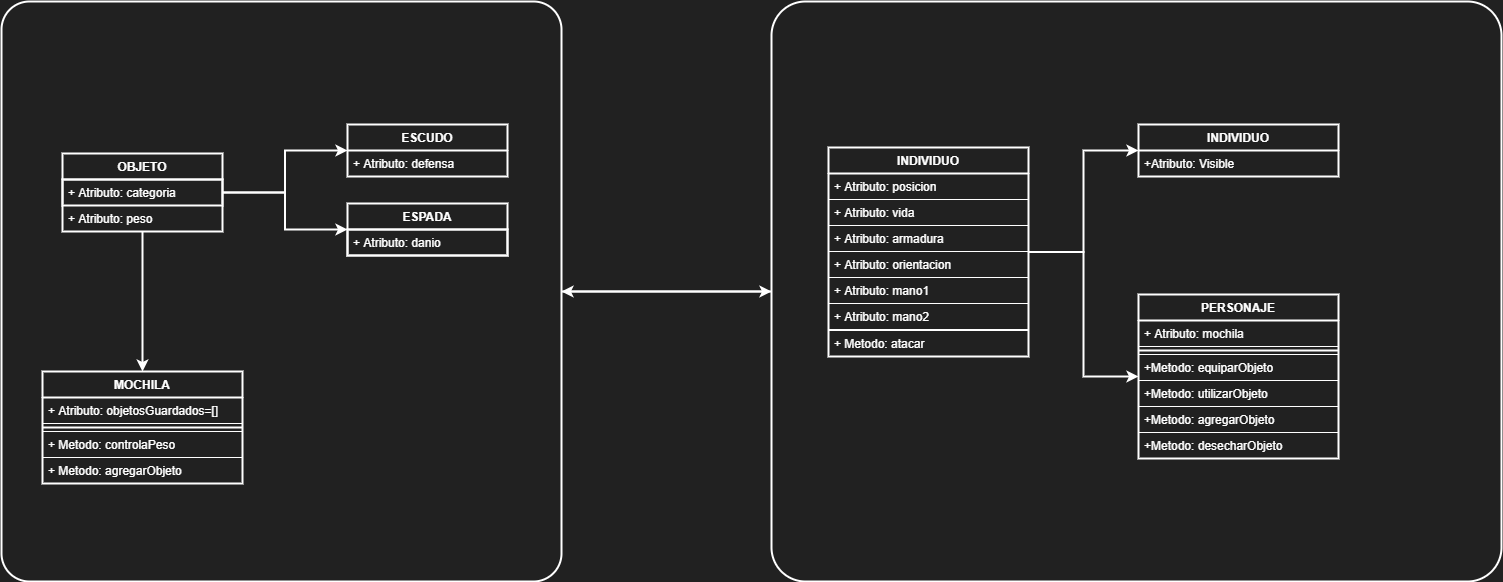
Earlier version of the draw.io export picture/presentacion/tp_algo1.drawio.png (algo1unsam/2021s1-tp-grupal-juego-recursa3). Source tidied: cells renumbered, new cells last; positions are measured from the earlier drawing's top-left corner, leaving out a move shared by most shapes.
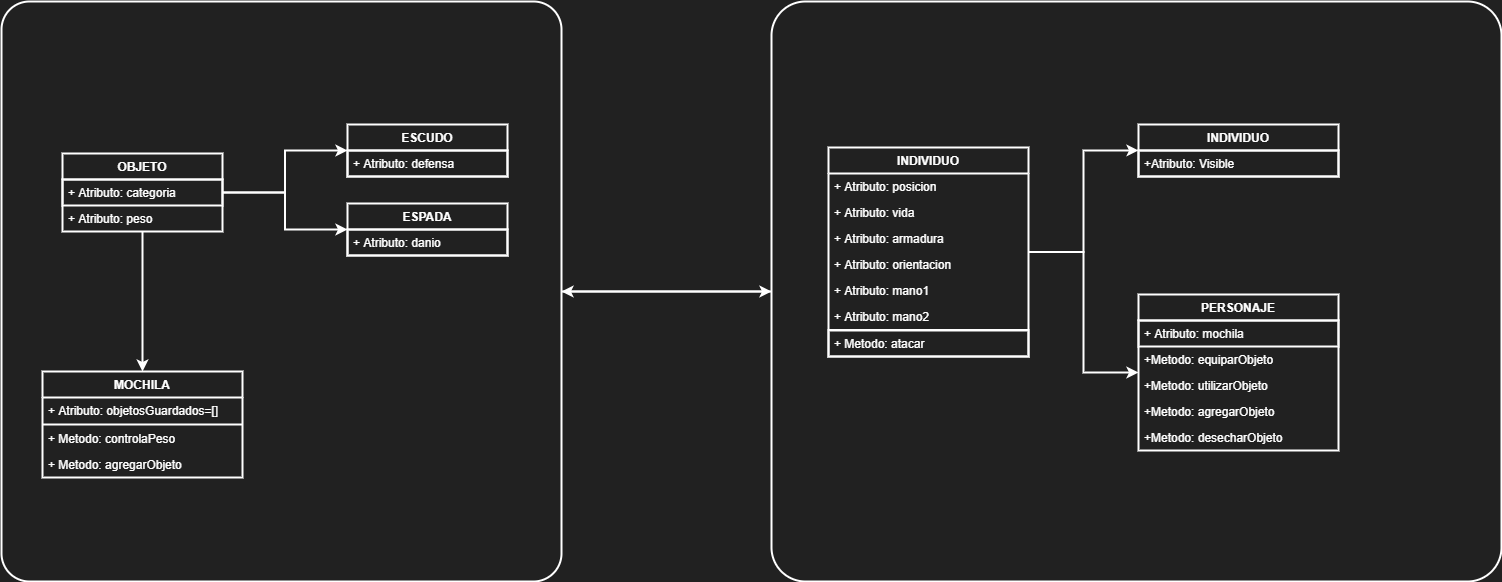
The same diagram one commit later.

Commit message:
se modifica grafico

Diff of the diagram source:
```diff
@@ -26,13 +26,13 @@
     <mxCell id="9" value="+ Atributo: categoria" style="text;fillColor=none;align=left;verticalAlign=top;spacingLeft=4;spacingRight=4;overflow=hidden;strokeWidth=2;fontColor=#FFFFFF;strokeColor=#FFFFFF;" parent="8" vertex="1">
       <mxGeometry y="26" width="160" height="26" as="geometry" />
     </mxCell>
-    <mxCell id="10" value="+ Atributo: peso" style="text;fillColor=none;align=left;verticalAlign=top;spacingLeft=4;spacingRight=4;overflow=hidden;fontColor=#FFFFFF;strokeColor=#FFFFFF;" parent="8" vertex="1">
+    <mxCell id="10" value="+ Atributo: peso" style="text;fillColor=none;align=left;verticalAlign=top;spacingLeft=4;spacingRight=4;overflow=hidden;fontColor=#FFFFFF;strokeWidth=2;" parent="8" vertex="1">
       <mxGeometry y="52" width="160" height="26" as="geometry" />
     </mxCell>
     <mxCell id="11" value="ESCUDO" style="swimlane;fontStyle=1;align=center;verticalAlign=top;horizontal=1;startSize=26;fillColor=none;strokeWidth=2;fontColor=#FFFFFF;strokeColor=#FFFFFF;" parent="1" vertex="1">
       <mxGeometry x="346" y="123" width="160" height="52" as="geometry" />
     </mxCell>
-    <mxCell id="12" value="+ Atributo: defensa" style="text;fillColor=none;align=left;verticalAlign=top;spacingLeft=4;spacingRight=4;overflow=hidden;fontColor=#FFFFFF;strokeColor=#FFFFFF;" parent="11" vertex="1">
+    <mxCell id="12" value="+ Atributo: defensa" style="text;fillColor=none;align=left;verticalAlign=top;spacingLeft=4;spacingRight=4;overflow=hidden;fontColor=#FFFFFF;strokeColor=#FFFFFF;strokeWidth=2;" parent="11" vertex="1">
       <mxGeometry y="26" width="160" height="26" as="geometry" />
     </mxCell>
     <mxCell id="13" style="edgeStyle=orthogonalEdgeStyle;rounded=0;jettySize=auto;html=1;strokeWidth=2;fillColor=none;fontColor=#FFFFFF;strokeColor=#FFFFFF;" parent="1" edge="1" source="15" target="24">
@@ -44,56 +44,53 @@
     <mxCell id="15" value="INDIVIDUO" style="swimlane;fontStyle=1;align=center;verticalAlign=top;horizontal=1;startSize=26;fillColor=none;strokeWidth=2;fontColor=#FFFFFF;strokeColor=#FFFFFF;" parent="1" vertex="1">
       <mxGeometry x="827" y="146" width="200" height="209" as="geometry" />
     </mxCell>
-    <mxCell id="16" value="+ Atributo: posicion" style="text;fillColor=none;align=left;verticalAlign=top;spacingLeft=4;spacingRight=4;overflow=hidden;fontColor=#FFFFFF;strokeColor=#FFFFFF;" parent="15" vertex="1">
+    <mxCell id="16" value="+ Atributo: posicion" style="text;fillColor=none;align=left;verticalAlign=top;spacingLeft=4;spacingRight=4;overflow=hidden;fontColor=#FFFFFF;strokeWidth=2;" parent="15" vertex="1">
       <mxGeometry y="26" width="200" height="26" as="geometry" />
     </mxCell>
-    <mxCell id="17" value="+ Atributo: vida" style="text;fillColor=none;align=left;verticalAlign=top;spacingLeft=4;spacingRight=4;overflow=hidden;fontColor=#FFFFFF;strokeColor=#FFFFFF;" parent="15" vertex="1">
+    <mxCell id="17" value="+ Atributo: vida" style="text;fillColor=none;align=left;verticalAlign=top;spacingLeft=4;spacingRight=4;overflow=hidden;fontColor=#FFFFFF;strokeWidth=2;" parent="15" vertex="1">
       <mxGeometry y="52" width="200" height="26" as="geometry" />
     </mxCell>
-    <mxCell id="18" value="+ Atributo: armadura" style="text;fillColor=none;align=left;verticalAlign=top;spacingLeft=4;spacingRight=4;overflow=hidden;fontColor=#FFFFFF;strokeColor=#FFFFFF;" parent="15" vertex="1">
+    <mxCell id="18" value="+ Atributo: armadura" style="text;fillColor=none;align=left;verticalAlign=top;spacingLeft=4;spacingRight=4;overflow=hidden;fontColor=#FFFFFF;strokeWidth=2;" parent="15" vertex="1">
       <mxGeometry y="78" width="200" height="26" as="geometry" />
     </mxCell>
-    <mxCell id="19" value="+ Atributo: orientacion" style="text;fillColor=none;align=left;verticalAlign=top;spacingLeft=4;spacingRight=4;overflow=hidden;fontColor=#FFFFFF;strokeColor=#FFFFFF;" parent="15" vertex="1">
+    <mxCell id="19" value="+ Atributo: orientacion" style="text;fillColor=none;align=left;verticalAlign=top;spacingLeft=4;spacingRight=4;overflow=hidden;fontColor=#FFFFFF;strokeWidth=2;" parent="15" vertex="1">
       <mxGeometry y="104" width="200" height="26" as="geometry" />
     </mxCell>
-    <mxCell id="20" value="+ Atributo: mano1" style="text;fillColor=none;align=left;verticalAlign=top;spacingLeft=4;spacingRight=4;overflow=hidden;fontColor=#FFFFFF;strokeColor=#FFFFFF;" parent="15" vertex="1">
+    <mxCell id="20" value="+ Atributo: mano1" style="text;fillColor=none;align=left;verticalAlign=top;spacingLeft=4;spacingRight=4;overflow=hidden;fontColor=#FFFFFF;strokeWidth=2;" parent="15" vertex="1">
       <mxGeometry y="130" width="200" height="26" as="geometry" />
     </mxCell>
-    <mxCell id="21" value="+ Atributo: mano2" style="text;fillColor=none;align=left;verticalAlign=top;spacingLeft=4;spacingRight=4;overflow=hidden;fontColor=#FFFFFF;strokeColor=#FFFFFF;" parent="15" vertex="1">
+    <mxCell id="21" value="+ Atributo: mano2" style="text;fillColor=none;align=left;verticalAlign=top;spacingLeft=4;spacingRight=4;overflow=hidden;fontColor=#FFFFFF;strokeWidth=2;" parent="15" vertex="1">
       <mxGeometry y="156" width="200" height="26" as="geometry" />
     </mxCell>
     <mxCell id="22" style="line;strokeWidth=2;fillColor=none;align=left;verticalAlign=middle;spacingTop=-1;spacingLeft=3;spacingRight=3;labelPosition=right;fontColor=#FFFFFF;strokeColor=#FFFFFF;" parent="15" vertex="1">
       <mxGeometry y="182" width="200" height="1" as="geometry" />
     </mxCell>
-    <mxCell id="23" value="+ Metodo: atacar" style="text;fillColor=none;align=left;verticalAlign=top;spacingLeft=4;spacingRight=4;overflow=hidden;fontColor=#FFFFFF;strokeColor=#FFFFFF;" parent="15" vertex="1">
+    <mxCell id="23" value="+ Metodo: atacar" style="text;fillColor=none;align=left;verticalAlign=top;spacingLeft=4;spacingRight=4;overflow=hidden;fontColor=#FFFFFF;strokeColor=#FFFFFF;strokeWidth=2;" parent="15" vertex="1">
       <mxGeometry y="183" width="200" height="26" as="geometry" />
     </mxCell>
     <mxCell id="24" value="INDIVIDUO" style="swimlane;fontStyle=1;align=center;verticalAlign=top;horizontal=1;startSize=26;fillColor=none;strokeWidth=2;fontColor=#FFFFFF;strokeColor=#FFFFFF;" parent="1" vertex="1">
       <mxGeometry x="1137" y="123" width="200" height="52" as="geometry" />
     </mxCell>
-    <mxCell id="25" value="+Atributo: Visible" style="text;fillColor=none;align=left;verticalAlign=top;spacingLeft=4;spacingRight=4;overflow=hidden;fontColor=#FFFFFF;strokeColor=#FFFFFF;" parent="24" vertex="1">
+    <mxCell id="25" value="+Atributo: Visible" style="text;fillColor=none;align=left;verticalAlign=top;spacingLeft=4;spacingRight=4;overflow=hidden;fontColor=#FFFFFF;strokeColor=#FFFFFF;strokeWidth=2;" parent="24" vertex="1">
       <mxGeometry y="26" width="200" height="26" as="geometry" />
     </mxCell>
     <mxCell id="26" value="PERSONAJE" style="swimlane;fontStyle=1;align=center;verticalAlign=top;horizontal=1;startSize=26;fillColor=none;strokeWidth=2;fontColor=#FFFFFF;strokeColor=#FFFFFF;" parent="1" vertex="1">
-      <mxGeometry x="1137" y="293" width="200" height="164" as="geometry" />
+      <mxGeometry x="1137" y="293" width="200" height="156" as="geometry" />
     </mxCell>
-    <mxCell id="27" value="+ Atributo: mochila" style="text;fillColor=none;align=left;verticalAlign=top;spacingLeft=4;spacingRight=4;overflow=hidden;fontColor=#FFFFFF;strokeColor=#FFFFFF;" parent="26" vertex="1">
+    <mxCell id="27" value="+ Atributo: mochila" style="text;fillColor=none;align=left;verticalAlign=top;spacingLeft=4;spacingRight=4;overflow=hidden;fontColor=#FFFFFF;strokeColor=#FFFFFF;strokeWidth=2;" parent="26" vertex="1">
       <mxGeometry y="26" width="200" height="26" as="geometry" />
     </mxCell>
-    <mxCell id="28" style="line;strokeWidth=2;fillColor=none;align=left;verticalAlign=middle;spacingTop=-1;spacingLeft=3;spacingRight=3;labelPosition=right;fontColor=#FFFFFF;strokeColor=#FFFFFF;" parent="26" vertex="1">
-      <mxGeometry y="52" width="200" height="8" as="geometry" />
-    </mxCell>
-    <mxCell id="29" value="+Metodo: equiparObjeto" style="text;fillColor=none;align=left;verticalAlign=top;spacingLeft=4;spacingRight=4;overflow=hidden;fontColor=#FFFFFF;strokeColor=#FFFFFF;" parent="26" vertex="1">
-      <mxGeometry y="60" width="200" height="26" as="geometry" />
+    <mxCell id="29" value="+Metodo: equiparObjeto" style="text;fillColor=none;align=left;verticalAlign=top;spacingLeft=4;spacingRight=4;overflow=hidden;fontColor=#FFFFFF;strokeWidth=2;" parent="26" vertex="1">
+      <mxGeometry y="52" width="200" height="26" as="geometry" />
     </mxCell>
-    <mxCell id="30" value="+Metodo: utilizarObjeto" style="text;fillColor=none;align=left;verticalAlign=top;spacingLeft=4;spacingRight=4;overflow=hidden;fontColor=#FFFFFF;strokeColor=#FFFFFF;" parent="26" vertex="1">
-      <mxGeometry y="86" width="200" height="26" as="geometry" />
+    <mxCell id="30" value="+Metodo: utilizarObjeto" style="text;fillColor=none;align=left;verticalAlign=top;spacingLeft=4;spacingRight=4;overflow=hidden;fontColor=#FFFFFF;strokeWidth=2;" parent="26" vertex="1">
+      <mxGeometry y="78" width="200" height="26" as="geometry" />
     </mxCell>
-    <mxCell id="31" value="+Metodo: agregarObjeto" style="text;fillColor=none;align=left;verticalAlign=top;spacingLeft=4;spacingRight=4;overflow=hidden;fontColor=#FFFFFF;strokeColor=#FFFFFF;" parent="26" vertex="1">
-      <mxGeometry y="112" width="200" height="26" as="geometry" />
+    <mxCell id="31" value="+Metodo: agregarObjeto" style="text;fillColor=none;align=left;verticalAlign=top;spacingLeft=4;spacingRight=4;overflow=hidden;fontColor=#FFFFFF;strokeWidth=2;" parent="26" vertex="1">
+      <mxGeometry y="104" width="200" height="26" as="geometry" />
     </mxCell>
-    <mxCell id="32" value="+Metodo: desecharObjeto" style="text;fillColor=none;align=left;verticalAlign=top;spacingLeft=4;spacingRight=4;overflow=hidden;fontColor=#FFFFFF;strokeColor=#FFFFFF;" parent="26" vertex="1">
-      <mxGeometry y="138" width="200" height="26" as="geometry" />
+    <mxCell id="32" value="+Metodo: desecharObjeto" style="text;fillColor=none;align=left;verticalAlign=top;spacingLeft=4;spacingRight=4;overflow=hidden;fontColor=#FFFFFF;strokeWidth=2;" parent="26" vertex="1">
+      <mxGeometry y="130" width="200" height="26" as="geometry" />
     </mxCell>
     <mxCell id="33" value="ESPADA" style="swimlane;fontStyle=1;align=center;verticalAlign=top;horizontal=1;startSize=26;fillColor=none;strokeWidth=2;fontColor=#FFFFFF;strokeColor=#FFFFFF;" parent="1" vertex="1">
       <mxGeometry x="346" y="202" width="160" height="52" as="geometry" />
@@ -102,19 +99,19 @@
       <mxGeometry y="26" width="160" height="26" as="geometry" />
     </mxCell>
     <mxCell id="35" value="MOCHILA" style="swimlane;fontStyle=1;align=center;verticalAlign=top;horizontal=1;startSize=26;fillColor=none;strokeWidth=2;fontColor=#FFFFFF;strokeColor=#FFFFFF;" parent="1" vertex="1">
-      <mxGeometry x="41" y="370" width="200" height="112" as="geometry" />
+      <mxGeometry x="41" y="370" width="200" height="106" as="geometry" />
     </mxCell>
-    <mxCell id="36" value="+ Atributo: objetosGuardados=[]" style="text;fillColor=none;align=left;verticalAlign=top;spacingLeft=4;spacingRight=4;overflow=hidden;fontColor=#FFFFFF;strokeColor=#FFFFFF;" parent="35" vertex="1">
+    <mxCell id="36" value="+ Atributo: objetosGuardados=[]" style="text;fillColor=none;align=left;verticalAlign=top;spacingLeft=4;spacingRight=4;overflow=hidden;fontColor=#FFFFFF;strokeWidth=2;" parent="35" vertex="1">
       <mxGeometry y="26" width="200" height="26" as="geometry" />
     </mxCell>
     <mxCell id="37" style="line;strokeWidth=2;fillColor=none;align=left;verticalAlign=middle;spacingTop=-1;spacingLeft=3;spacingRight=3;labelPosition=right;fontColor=#FFFFFF;strokeColor=#FFFFFF;" parent="35" vertex="1">
-      <mxGeometry y="52" width="200" height="8" as="geometry" />
+      <mxGeometry y="52" width="200" height="2" as="geometry" />
     </mxCell>
-    <mxCell id="38" value="+ Metodo: controlaPeso" style="text;fillColor=none;align=left;verticalAlign=top;spacingLeft=4;spacingRight=4;overflow=hidden;fontColor=#FFFFFF;strokeColor=#FFFFFF;" parent="35" vertex="1">
-      <mxGeometry y="60" width="200" height="26" as="geometry" />
+    <mxCell id="38" value="+ Metodo: controlaPeso" style="text;fillColor=none;align=left;verticalAlign=top;spacingLeft=4;spacingRight=4;overflow=hidden;fontColor=#FFFFFF;strokeWidth=2;" parent="35" vertex="1">
+      <mxGeometry y="54" width="200" height="26" as="geometry" />
     </mxCell>
-    <mxCell id="39" value="+ Metodo: agregarObjeto" style="text;fillColor=none;align=left;verticalAlign=top;spacingLeft=4;spacingRight=4;overflow=hidden;fontColor=#FFFFFF;strokeColor=#FFFFFF;" parent="35" vertex="1">
-      <mxGeometry y="86" width="200" height="26" as="geometry" />
+    <mxCell id="39" value="+ Metodo: agregarObjeto" style="text;fillColor=none;align=left;verticalAlign=top;spacingLeft=4;spacingRight=4;overflow=hidden;fontColor=#FFFFFF;strokeWidth=2;" parent="35" vertex="1">
+      <mxGeometry y="80" width="200" height="26" as="geometry" />
     </mxCell>
     <mxCell id="40" style="edgeStyle=orthogonalEdgeStyle;curved=0;rounded=1;sketch=0;jettySize=auto;html=1;entryX=1;entryY=0.5;entryDx=0;entryDy=0;strokeWidth=2;fillColor=none;fontColor=#FFFFFF;strokeColor=#FFFFFF;" parent="1" edge="1" source="4" target="3">
       <mxGeometry relative="1" as="geometry" />
```
